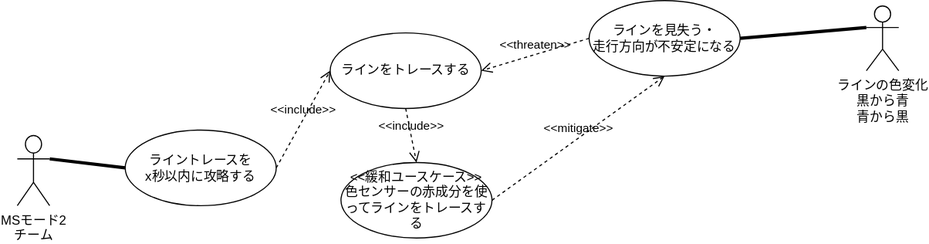
Before: ms2021/usecase.drawio.svg, a diagram exported from draw.io (ymnkmstk/roboyama). Source tidied: cells renumbered, new cells last; positions are measured from the earlier drawing's top-left corner, leaving out a move shared by most shapes. Source of this version:
```xml
<mxGraphModel>
  <root>
    <mxCell id="0" />
    <mxCell id="1" parent="0" />
    <mxCell id="2" value="ライントレースを&lt;br&gt;x秒以内に攻略する" style="ellipse;whiteSpace=wrap;html=1;" parent="1" vertex="1">
      <mxGeometry x="100" y="120" width="140" height="70" as="geometry" />
    </mxCell>
    <mxCell id="3" value="ラインをトレースする" style="ellipse;whiteSpace=wrap;html=1;" parent="1" vertex="1">
      <mxGeometry x="290" y="30" width="140" height="70" as="geometry" />
    </mxCell>
    <mxCell id="4" value="ラインを見失う・&lt;br&gt;走行方向が不安定になる" style="ellipse;whiteSpace=wrap;html=1;" parent="1" vertex="1">
      <mxGeometry x="530" width="140" height="70" as="geometry" />
    </mxCell>
    <mxCell id="5" value="ラインの色変化&lt;br&gt;黒から青&lt;br&gt;青から黒" style="shape=umlActor;verticalLabelPosition=bottom;verticalAlign=top;html=1;" parent="1" vertex="1">
      <mxGeometry x="787" y="5" width="30" height="60" as="geometry" />
    </mxCell>
    <mxCell id="6" value="&amp;lt;&amp;lt;緩和ユースケース&amp;gt;&amp;gt;&lt;br&gt;色センサーの赤成分を使ってラインをトレースする" style="ellipse;whiteSpace=wrap;html=1;" parent="1" vertex="1">
      <mxGeometry x="300" y="150" width="140" height="70" as="geometry" />
    </mxCell>
    <mxCell id="7" value="MSモード2&lt;br&gt;チーム" style="shape=umlActor;verticalLabelPosition=bottom;verticalAlign=top;html=1;" parent="1" vertex="1">
      <mxGeometry y="125" width="30" height="65" as="geometry" />
    </mxCell>
    <mxCell id="8" style="endArrow=none;startArrow=none;endFill=0;startFill=0;endSize=8;html=1;verticalAlign=bottom;labelBackgroundColor=none;strokeWidth=3;entryX=0;entryY=0.5;entryDx=0;entryDy=0;exitX=1;exitY=0.3333333333333333;exitDx=0;exitDy=0;exitPerimeter=0;" parent="1" edge="1" source="7" target="2">
      <mxGeometry relative="1" as="geometry" />
    </mxCell>
    <mxCell id="9" value="&amp;lt;&amp;lt;include&amp;gt;&amp;gt;" style="endArrow=open;startArrow=none;endFill=0;startFill=0;endSize=8;html=1;verticalAlign=bottom;dashed=1;labelBackgroundColor=none;exitX=1;exitY=0.5;exitDx=0;exitDy=0;entryX=0;entryY=0.5;entryDx=0;entryDy=0;" parent="1" edge="1" source="2" target="3">
      <mxGeometry relative="1" as="geometry" />
    </mxCell>
    <mxCell id="10" style="endArrow=none;startArrow=none;endFill=0;startFill=0;endSize=8;html=1;verticalAlign=bottom;labelBackgroundColor=none;strokeWidth=3;exitX=1;exitY=0.5;exitDx=0;exitDy=0;entryX=0;entryY=0.3333333333333333;entryDx=0;entryDy=0;entryPerimeter=0;" parent="1" edge="1" source="4" target="5">
      <mxGeometry relative="1" as="geometry" />
    </mxCell>
    <mxCell id="11" value="&amp;lt;&amp;lt;threaten&amp;gt;&amp;gt;" style="endArrow=open;startArrow=none;endFill=0;startFill=0;endSize=8;html=1;verticalAlign=bottom;dashed=1;labelBackgroundColor=none;exitX=0;exitY=0.5;exitDx=0;exitDy=0;entryX=1;entryY=0.5;entryDx=0;entryDy=0;" parent="1" edge="1" source="4" target="3">
      <mxGeometry relative="1" as="geometry" />
    </mxCell>
    <mxCell id="12" value="&amp;lt;&amp;lt;include&amp;gt;&amp;gt;" style="endArrow=open;startArrow=none;endFill=0;startFill=0;endSize=8;html=1;verticalAlign=bottom;dashed=1;labelBackgroundColor=none;exitX=0.5;exitY=1;exitDx=0;exitDy=0;entryX=0.5;entryY=0;entryDx=0;entryDy=0;" parent="1" edge="1" source="3" target="6">
      <mxGeometry relative="1" as="geometry" />
    </mxCell>
    <mxCell id="13" value="&amp;lt;&amp;lt;mitigate&amp;gt;&amp;gt;" style="endArrow=open;startArrow=none;endFill=0;startFill=0;endSize=8;html=1;verticalAlign=bottom;dashed=1;labelBackgroundColor=none;exitX=1;exitY=0.5;exitDx=0;exitDy=0;entryX=0.5;entryY=1;entryDx=0;entryDy=0;" parent="1" edge="1" source="6" target="4">
      <mxGeometry relative="1" as="geometry" />
    </mxCell>
  </root>
</mxGraphModel>
```
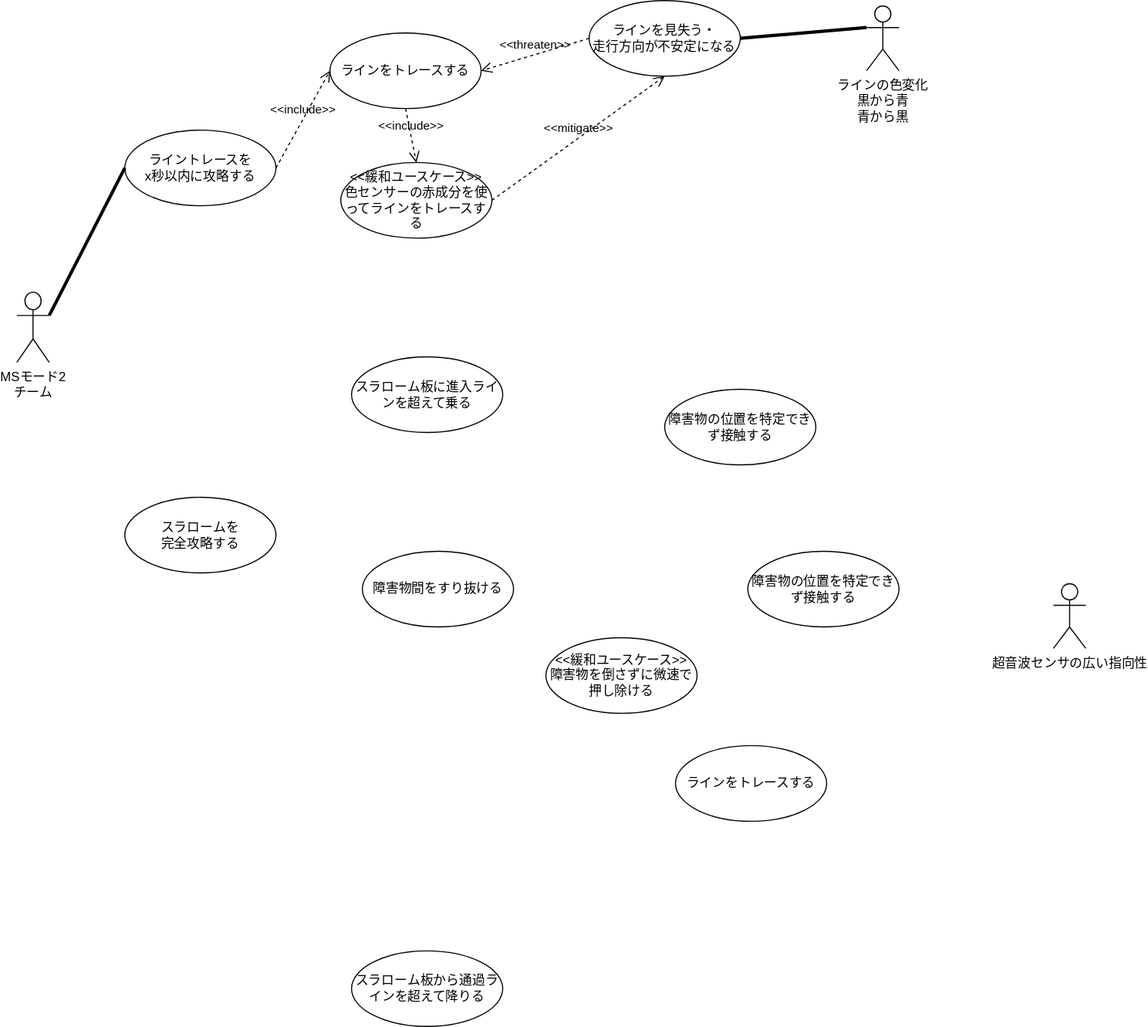
After the change.

The edit, as a diff of the source:
```diff
@@ -18,7 +18,7 @@
       <mxGeometry x="300" y="150" width="140" height="70" as="geometry" />
     </mxCell>
     <mxCell id="7" value="MSモード2&lt;br&gt;チーム" style="shape=umlActor;verticalLabelPosition=bottom;verticalAlign=top;html=1;" parent="1" vertex="1">
-      <mxGeometry y="125" width="30" height="65" as="geometry" />
+      <mxGeometry y="270" width="30" height="65" as="geometry" />
     </mxCell>
     <mxCell id="8" style="endArrow=none;startArrow=none;endFill=0;startFill=0;endSize=8;html=1;verticalAlign=bottom;labelBackgroundColor=none;strokeWidth=3;entryX=0;entryY=0.5;entryDx=0;entryDy=0;exitX=1;exitY=0.3333333333333333;exitDx=0;exitDy=0;exitPerimeter=0;" parent="1" edge="1" source="7" target="2">
       <mxGeometry relative="1" as="geometry" />
@@ -38,5 +38,32 @@
     <mxCell id="13" value="&amp;lt;&amp;lt;mitigate&amp;gt;&amp;gt;" style="endArrow=open;startArrow=none;endFill=0;startFill=0;endSize=8;html=1;verticalAlign=bottom;dashed=1;labelBackgroundColor=none;exitX=1;exitY=0.5;exitDx=0;exitDy=0;entryX=0.5;entryY=1;entryDx=0;entryDy=0;" parent="1" edge="1" source="6" target="4">
       <mxGeometry relative="1" as="geometry" />
     </mxCell>
+    <mxCell id="14" value="スラロームを&lt;br&gt;完全攻略する" style="ellipse;whiteSpace=wrap;html=1;" parent="1" vertex="1">
+      <mxGeometry x="100" y="460" width="140" height="70" as="geometry" />
+    </mxCell>
+    <mxCell id="15" value="障害物間をすり抜ける" style="ellipse;whiteSpace=wrap;html=1;" parent="1" vertex="1">
+      <mxGeometry x="320" y="510" width="140" height="70" as="geometry" />
+    </mxCell>
+    <mxCell id="16" value="障害物の位置を特定できず接触する" style="ellipse;whiteSpace=wrap;html=1;" parent="1" vertex="1">
+      <mxGeometry x="677" y="510" width="140" height="70" as="geometry" />
+    </mxCell>
+    <mxCell id="17" value="&amp;lt;&amp;lt;緩和ユースケース&amp;gt;&amp;gt;&lt;br&gt;障害物を倒さずに微速で押し除ける" style="ellipse;whiteSpace=wrap;html=1;" parent="1" vertex="1">
+      <mxGeometry x="490" y="590" width="140" height="70" as="geometry" />
+    </mxCell>
+    <mxCell id="18" value="超音波センサの広い指向性" style="shape=umlActor;verticalLabelPosition=bottom;verticalAlign=top;html=1;" parent="1" vertex="1">
+      <mxGeometry x="960" y="540" width="30" height="60" as="geometry" />
+    </mxCell>
+    <mxCell id="19" value="スラローム板に進入ラインを超えて乗る" style="ellipse;whiteSpace=wrap;html=1;" parent="1" vertex="1">
+      <mxGeometry x="310" y="330" width="140" height="70" as="geometry" />
+    </mxCell>
+    <mxCell id="20" value="スラローム板から通過ラインを超えて降りる" style="ellipse;whiteSpace=wrap;html=1;" parent="1" vertex="1">
+      <mxGeometry x="310" y="880" width="140" height="70" as="geometry" />
+    </mxCell>
+    <mxCell id="21" value="ラインをトレースする" style="ellipse;whiteSpace=wrap;html=1;" parent="1" vertex="1">
+      <mxGeometry x="610" y="690" width="140" height="70" as="geometry" />
+    </mxCell>
+    <mxCell id="22" value="障害物の位置を特定できず接触する" style="ellipse;whiteSpace=wrap;html=1;" parent="1" vertex="1">
+      <mxGeometry x="600" y="360" width="140" height="70" as="geometry" />
+    </mxCell>
   </root>
 </mxGraphModel>
```
